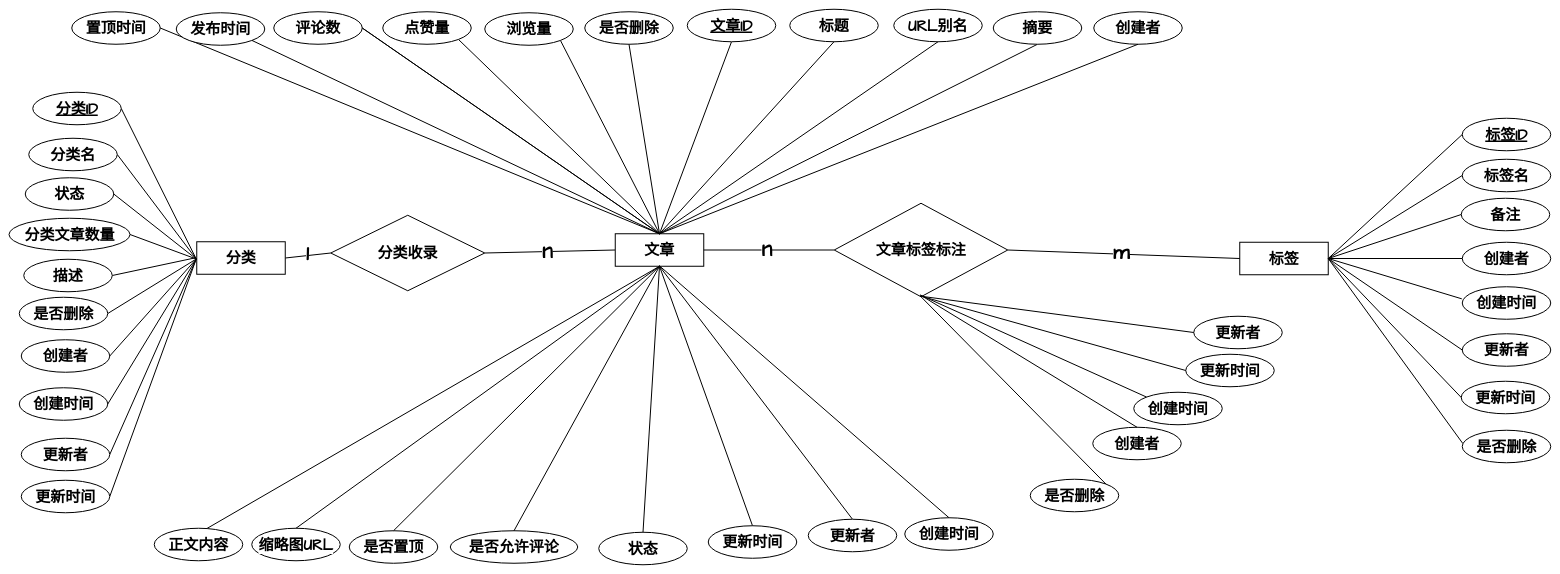
Earlier version of the draw.io diagram graph/分类ER.drawio (zhangbird050801/bird-blog). Source tidied: cells renumbered, new cells numbered last; positions are measured from the earlier drawing's top-left corner, leaving out a move shared by most shapes. Both pictures are drawn from the tidied source at 50%, with x=0, y=0 at pixel (8, 9).
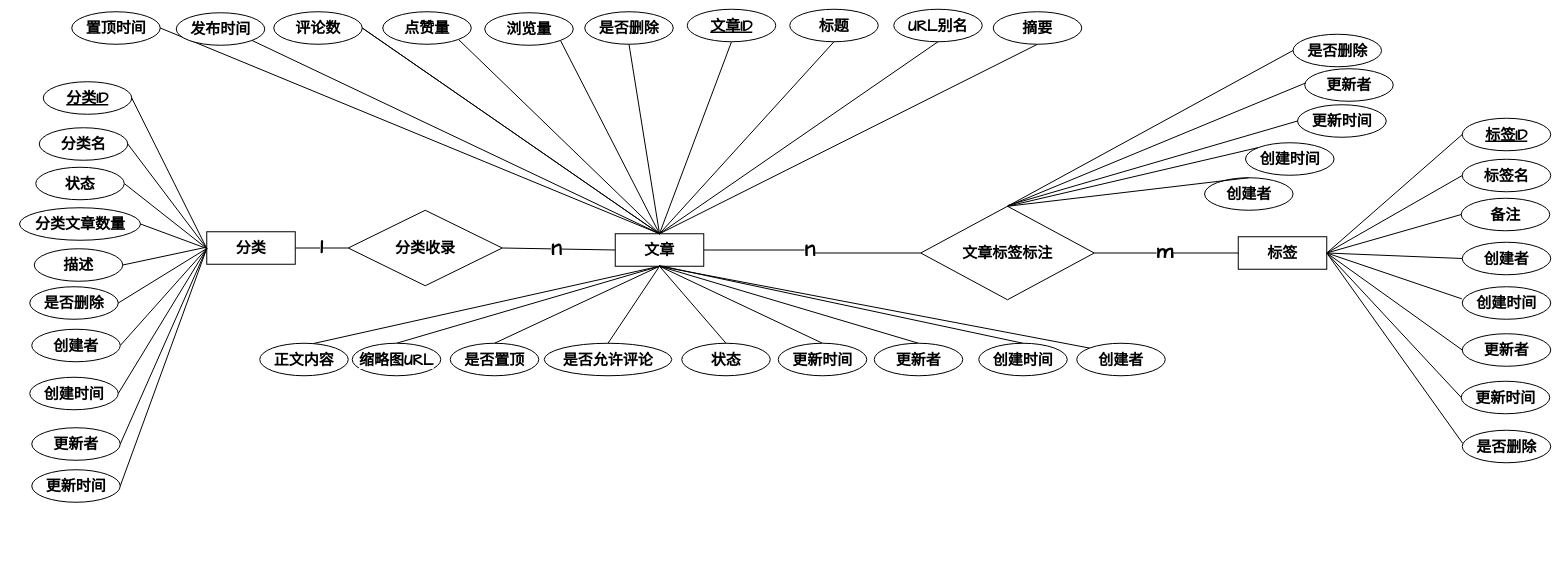
The same diagram, later.

The change refers to these unchanged cells:
```xml
<mxCell id="28" value="文章" style="rounded=0;whiteSpace=wrap;html=1;fontSize=30;fontFamily=Comic Sans MS;fontStyle=1;strokeColor=default;strokeWidth=2;align=center;verticalAlign=middle;fontColor=default;labelBackgroundColor=default;" parent="1" vertex="1">
  <mxGeometry x="1213" y="449" width="177" height="65" as="geometry" />
</mxCell>
```

Change to the diagram source:
```diff
@@
     <mxCell id="4" value="分类" style="rounded=0;whiteSpace=wrap;html=1;fontSize=30;fontFamily=Comic Sans MS;fontStyle=1;strokeColor=default;strokeWidth=2;align=center;verticalAlign=middle;fontColor=default;labelBackgroundColor=default;" parent="1" vertex="1">
-      <mxGeometry x="376" y="465" width="177" height="65" as="geometry" />
+      <mxGeometry x="396" y="445" width="177" height="65" as="geometry" />
     </mxCell>
     <mxCell id="5" style="rounded=0;jettySize=auto;html=1;exitX=1;exitY=0.5;exitDx=0;exitDy=0;entryX=0;entryY=0.5;entryDx=0;entryDy=0;endArrow=none;endFill=0;fontSize=30;fontFamily=Comic Sans MS;fontStyle=1;strokeWidth=2;strokeColor=default;align=center;verticalAlign=middle;fontColor=default;labelBackgroundColor=default;" parent="1" edge="1" source="6">
       <mxGeometry relative="1" as="geometry">
-        <mxPoint x="375" y="499.5" as="targetPoint" />
+        <mxPoint x="396" y="478.5" as="targetPoint" />
       </mxGeometry>
     </mxCell>
     <mxCell id="6" value="分类ID" style="whiteSpace=wrap;html=1;shape=ellipse;perimeter=ellipsePerimeter;align=center;verticalAlign=middle;fontFamily=Comic Sans MS;fontSize=30;fixedWidth=0;fontStyle=5;rounded=0;strokeWidth=2;labelBackgroundColor=none;" parent="1" vertex="1">
-      <mxGeometry x="48" y="166" width="177" height="65" as="geometry" />
+      <mxGeometry x="69" y="145" width="177" height="65" as="geometry" />
     </mxCell>
     <mxCell id="7" style="rounded=0;jettySize=auto;html=1;exitX=1;exitY=0.5;exitDx=0;exitDy=0;entryX=0;entryY=0.5;entryDx=0;entryDy=0;endArrow=none;endFill=0;fontSize=30;fontFamily=Comic Sans MS;fontStyle=1;strokeColor=default;strokeWidth=2;align=center;verticalAlign=middle;fontColor=default;labelBackgroundColor=default;" parent="1" edge="1" source="8">
       <mxGeometry relative="1" as="geometry">
-        <mxPoint x="375" y="499.5" as="targetPoint" />
+        <mxPoint x="396" y="478.5" as="targetPoint" />
       </mxGeometry>
     </mxCell>
     <mxCell id="8" value="分类名" style="whiteSpace=wrap;html=1;shape=ellipse;perimeter=ellipsePerimeter;strokeColor=default;align=center;verticalAlign=middle;fontFamily=Comic Sans MS;fontSize=30;fontColor=default;fillColor=default;fontStyle=1;rounded=0;strokeWidth=2;labelBackgroundColor=default;" parent="1" vertex="1">
-      <mxGeometry x="40" y="258" width="177" height="65" as="geometry" />
+      <mxGeometry x="61" y="237" width="177" height="65" as="geometry" />
     </mxCell>
     <mxCell id="9" style="rounded=0;jettySize=auto;html=1;exitX=1;exitY=0.5;exitDx=0;exitDy=0;endArrow=none;endFill=0;fontSize=30;fontFamily=Comic Sans MS;fontStyle=1;strokeColor=default;strokeWidth=2;align=center;verticalAlign=middle;fontColor=default;labelBackgroundColor=default;" parent="1" edge="1" source="10">
       <mxGeometry relative="1" as="geometry">
-        <mxPoint x="372.1" y="497.4" as="targetPoint" />
+        <mxPoint x="393.1" y="476.4" as="targetPoint" />
       </mxGeometry>
     </mxCell>
     <mxCell id="10" value="描述" style="whiteSpace=wrap;html=1;rounded=0;shape=ellipse;perimeter=ellipsePerimeter;strokeColor=default;align=center;verticalAlign=middle;fontFamily=Comic Sans MS;fontSize=30;fontColor=default;fillColor=default;fontStyle=1;strokeWidth=2;labelBackgroundColor=default;" parent="1" vertex="1">
-      <mxGeometry x="30" y="500" width="177" height="65" as="geometry" />
+      <mxGeometry x="51" y="479" width="177" height="65" as="geometry" />
     </mxCell>
     <mxCell id="11" style="rounded=0;jettySize=auto;html=1;exitX=1;exitY=0.5;exitDx=0;exitDy=0;entryX=0;entryY=0.5;entryDx=0;entryDy=0;endArrow=none;endFill=0;fontSize=30;fontFamily=Comic Sans MS;fontStyle=1;strokeColor=default;strokeWidth=2;align=center;verticalAlign=middle;fontColor=default;labelBackgroundColor=default;" parent="1" edge="1" source="12">
       <mxGeometry relative="1" as="geometry">
-        <mxPoint x="375" y="499.5" as="targetPoint" />
+        <mxPoint x="396" y="478.5" as="targetPoint" />
       </mxGeometry>
     </mxCell>
     <mxCell id="12" value="状态" style="whiteSpace=wrap;html=1;rounded=0;shape=ellipse;perimeter=ellipsePerimeter;strokeColor=default;align=center;verticalAlign=middle;fontFamily=Comic Sans MS;fontSize=30;fontColor=default;fillColor=default;fontStyle=1;strokeWidth=2;labelBackgroundColor=default;" parent="1" vertex="1">
-      <mxGeometry x="33" y="337" width="177" height="65" as="geometry" />
+      <mxGeometry x="54" y="316" width="177" height="65" as="geometry" />
     </mxCell>
     <mxCell id="13" style="rounded=0;jettySize=auto;html=1;exitX=1;exitY=0.5;exitDx=0;exitDy=0;entryX=0;entryY=0.5;entryDx=0;entryDy=0;endArrow=none;endFill=0;fontSize=30;fontFamily=Comic Sans MS;fontStyle=1;strokeColor=default;strokeWidth=2;align=center;verticalAlign=middle;fontColor=default;labelBackgroundColor=default;" parent="1" edge="1" source="14">
       <mxGeometry relative="1" as="geometry">
-        <mxPoint x="375" y="499.5" as="targetPoint" />
+        <mxPoint x="396" y="478.5" as="targetPoint" />
       </mxGeometry>
     </mxCell>
     <mxCell id="14" value="创建时间" style="whiteSpace=wrap;html=1;shape=ellipse;perimeter=ellipsePerimeter;strokeColor=default;align=center;verticalAlign=middle;fontFamily=Comic Sans MS;fontSize=30;fontColor=default;fillColor=default;fontStyle=1;rounded=0;strokeWidth=2;labelBackgroundColor=default;" parent="1" vertex="1">
-      <mxGeometry x="21" y="757" width="177" height="65" as="geometry" />
+      <mxGeometry x="42" y="736" width="177" height="65" as="geometry" />
     </mxCell>
     <mxCell id="15" style="rounded=0;jettySize=auto;html=1;exitX=1;exitY=0.5;exitDx=0;exitDy=0;endArrow=none;endFill=0;entryX=0;entryY=0.5;entryDx=0;entryDy=0;fontSize=30;fontFamily=Comic Sans MS;fontStyle=1;strokeColor=default;strokeWidth=2;align=center;verticalAlign=middle;fontColor=default;labelBackgroundColor=default;" parent="1" edge="1" source="16">
       <mxGeometry relative="1" as="geometry">
-        <mxPoint x="375" y="499.5" as="targetPoint" />
+        <mxPoint x="396" y="478.5" as="targetPoint" />
       </mxGeometry>
     </mxCell>
     <mxCell id="16" value="创建者" style="whiteSpace=wrap;html=1;shape=ellipse;perimeter=ellipsePerimeter;strokeColor=default;align=center;verticalAlign=middle;fontFamily=Comic Sans MS;fontSize=30;fontColor=default;fillColor=default;fontStyle=1;rounded=0;strokeWidth=2;labelBackgroundColor=default;" parent="1" vertex="1">
-      <mxGeometry x="25" y="661" width="177" height="65" as="geometry" />
+      <mxGeometry x="46" y="640" width="177" height="65" as="geometry" />
     </mxCell>
     <mxCell id="17" style="rounded=0;jettySize=auto;html=1;exitX=1;exitY=0.5;exitDx=0;exitDy=0;endArrow=none;endFill=0;entryX=0;entryY=0.5;entryDx=0;entryDy=0;fontSize=30;fontFamily=Comic Sans MS;fontStyle=1;strokeColor=default;strokeWidth=2;align=center;verticalAlign=middle;fontColor=default;labelBackgroundColor=default;" parent="1" edge="1" source="18">
       <mxGeometry relative="1" as="geometry">
-        <mxPoint x="375" y="499.5" as="targetPoint" />
+        <mxPoint x="396" y="478.5" as="targetPoint" />
       </mxGeometry>
     </mxCell>
     <mxCell id="18" value="更新时间" style="whiteSpace=wrap;html=1;shape=ellipse;perimeter=ellipsePerimeter;strokeColor=default;align=center;verticalAlign=middle;fontFamily=Comic Sans MS;fontSize=30;fontColor=default;fillColor=default;fontStyle=1;rounded=0;strokeWidth=2;labelBackgroundColor=default;" parent="1" vertex="1">
-      <mxGeometry x="25" y="942" width="177" height="65" as="geometry" />
+      <mxGeometry x="46" y="921" width="177" height="65" as="geometry" />
     </mxCell>
     <mxCell id="19" style="rounded=0;jettySize=auto;html=1;exitX=1;exitY=0.5;exitDx=0;exitDy=0;entryX=0;entryY=0.5;entryDx=0;entryDy=0;endArrow=none;endFill=0;fontSize=30;fontFamily=Comic Sans MS;fontStyle=1;strokeColor=default;strokeWidth=2;align=center;verticalAlign=middle;fontColor=default;labelBackgroundColor=default;" parent="1" edge="1" source="20">
       <mxGeometry relative="1" as="geometry">
-        <mxPoint x="375" y="499.5" as="targetPoint" />
+        <mxPoint x="396" y="478.5" as="targetPoint" />
       </mxGeometry>
     </mxCell>
     <mxCell id="20" value="更新者" style="whiteSpace=wrap;html=1;shape=ellipse;perimeter=ellipsePerimeter;strokeColor=default;align=center;verticalAlign=middle;fontFamily=Comic Sans MS;fontSize=30;fontColor=default;fillColor=default;fontStyle=1;rounded=0;strokeWidth=2;labelBackgroundColor=default;" parent="1" vertex="1">
-      <mxGeometry x="25" y="858" width="177" height="65" as="geometry" />
+      <mxGeometry x="46" y="837" width="177" height="65" as="geometry" />
     </mxCell>
     <mxCell id="21" style="rounded=0;jettySize=auto;html=1;exitX=1;exitY=0.5;exitDx=0;exitDy=0;entryX=0;entryY=0.5;entryDx=0;entryDy=0;endArrow=none;endFill=0;fontSize=30;fontFamily=Comic Sans MS;fontStyle=1;strokeColor=default;strokeWidth=2;align=center;verticalAlign=middle;fontColor=default;labelBackgroundColor=default;" parent="1" edge="1" source="22">
       <mxGeometry relative="1" as="geometry">
-        <mxPoint x="375" y="499.5" as="targetPoint" />
+        <mxPoint x="396" y="478.5" as="targetPoint" />
       </mxGeometry>
     </mxCell>
     <mxCell id="22" value="分类文章数量" style="whiteSpace=wrap;html=1;shape=ellipse;perimeter=ellipsePerimeter;strokeColor=default;align=center;verticalAlign=middle;fontFamily=Comic Sans MS;fontSize=30;fontColor=default;fillColor=default;fontStyle=1;rounded=0;strokeWidth=2;labelBackgroundColor=default;" parent="1" vertex="1">
-      <mxGeometry x="0.5" y="418" width="242" height="65" as="geometry" />
+      <mxGeometry x="21.5" y="397" width="242" height="65" as="geometry" />
     </mxCell>
     <mxCell id="23" style="rounded=0;jettySize=auto;html=1;exitX=1;exitY=0.5;exitDx=0;exitDy=0;entryX=0;entryY=0.5;entryDx=0;entryDy=0;endArrow=none;endFill=0;fontSize=30;fontFamily=Comic Sans MS;strokeWidth=2;fontStyle=1;strokeColor=default;align=center;verticalAlign=middle;fontColor=default;labelBackgroundColor=default;" parent="1" edge="1" source="24">
       <mxGeometry relative="1" as="geometry">
-        <mxPoint x="375" y="499.5" as="targetPoint" />
+        <mxPoint x="396" y="478.5" as="targetPoint" />
       </mxGeometry>
     </mxCell>
     <mxCell id="24" value="是否删除" style="whiteSpace=wrap;html=1;shape=ellipse;perimeter=ellipsePerimeter;fontSize=30;fontFamily=Comic Sans MS;strokeWidth=2;fontStyle=1;rounded=0;strokeColor=default;align=center;verticalAlign=middle;fontColor=default;labelBackgroundColor=default;" parent="1" vertex="1">
-      <mxGeometry x="21" y="576" width="177" height="65" as="geometry" />
+      <mxGeometry x="42" y="555" width="177" height="65" as="geometry" />
     </mxCell>
@@
     <mxCell id="27" value="分类收录" style="rhombus;whiteSpace=wrap;html=1;fontSize=30;fontFamily=Comic Sans MS;fontStyle=1;rounded=0;strokeColor=default;strokeWidth=2;align=center;verticalAlign=middle;fontColor=default;labelBackgroundColor=default;" parent="1" vertex="1">
-      <mxGeometry x="644" y="412" width="308" height="151" as="geometry" />
+      <mxGeometry x="679" y="402" width="308" height="151" as="geometry" />
     </mxCell>
@@
     <mxCell id="36" value="创建时间" style="whiteSpace=wrap;html=1;shape=ellipse;perimeter=ellipsePerimeter;fontSize=30;fontFamily=Comic Sans MS;fontStyle=1;rounded=0;strokeColor=default;strokeWidth=2;align=center;verticalAlign=middle;fontColor=default;labelBackgroundColor=default;" parent="1" vertex="1">
-      <mxGeometry x="1792" y="1017" width="177" height="65" as="geometry" />
+      <mxGeometry x="1940" y="668" width="177" height="65" as="geometry" />
     </mxCell>
     <mxCell id="37" value="创建者" style="whiteSpace=wrap;html=1;shape=ellipse;perimeter=ellipsePerimeter;fontSize=30;fontFamily=Comic Sans MS;fontStyle=1;rounded=0;strokeColor=default;strokeWidth=2;align=center;verticalAlign=middle;fontColor=default;labelBackgroundColor=default;" parent="1" vertex="1">
-      <mxGeometry x="2170" y="5" width="177" height="65" as="geometry" />
+      <mxGeometry x="2136" y="668" width="177" height="65" as="geometry" />
     </mxCell>
@@
     <mxCell id="39" value="更新时间" style="whiteSpace=wrap;html=1;shape=ellipse;perimeter=ellipsePerimeter;fontSize=30;fontFamily=Comic Sans MS;fontStyle=1;rounded=0;strokeColor=default;strokeWidth=2;align=center;verticalAlign=middle;fontColor=default;labelBackgroundColor=default;" parent="1" vertex="1">
-      <mxGeometry x="1399" y="1033" width="177" height="65" as="geometry" />
+      <mxGeometry x="1539" y="668" width="177" height="65" as="geometry" />
     </mxCell>
@@
     <mxCell id="41" value="更新者" style="whiteSpace=wrap;html=1;shape=ellipse;perimeter=ellipsePerimeter;fontSize=30;fontFamily=Comic Sans MS;fontStyle=1;rounded=0;strokeColor=default;strokeWidth=2;align=center;verticalAlign=middle;fontColor=default;labelBackgroundColor=default;" parent="1" vertex="1">
-      <mxGeometry x="1599" y="1020" width="177" height="65" as="geometry" />
+      <mxGeometry x="1731" y="668" width="177" height="65" as="geometry" />
     </mxCell>
@@
     <mxCell id="43" value="正文内容" style="whiteSpace=wrap;html=1;shape=ellipse;perimeter=ellipsePerimeter;fontSize=30;fontFamily=Comic Sans MS;fontStyle=1;rounded=0;strokeColor=default;strokeWidth=2;align=center;verticalAlign=middle;fontColor=default;labelBackgroundColor=default;" parent="1" vertex="1">
-      <mxGeometry x="291" y="1038" width="177" height="65" as="geometry" />
+      <mxGeometry x="502" y="668" width="177" height="65" as="geometry" />
     </mxCell>
@@
     <mxCell id="48" value="是否置顶" style="whiteSpace=wrap;html=1;shape=ellipse;perimeter=ellipsePerimeter;fontSize=30;fontFamily=Comic Sans MS;fontStyle=1;rounded=0;strokeColor=default;strokeWidth=2;align=center;verticalAlign=middle;fontColor=default;labelBackgroundColor=default;" parent="1" vertex="1">
-      <mxGeometry x="681" y="1043" width="177" height="65" as="geometry" />
+      <mxGeometry x="883" y="668" width="177" height="65" as="geometry" />
     </mxCell>
@@
     <mxCell id="50" value="缩略图URL" style="whiteSpace=wrap;html=1;shape=ellipse;perimeter=ellipsePerimeter;fontSize=30;fontFamily=Comic Sans MS;fontStyle=1;rounded=0;strokeColor=default;strokeWidth=2;align=center;verticalAlign=middle;fontColor=default;labelBackgroundColor=default;" parent="1" vertex="1">
-      <mxGeometry x="486" y="1038" width="177" height="65" as="geometry" />
+      <mxGeometry x="687" y="668" width="177" height="65" as="geometry" />
     </mxCell>
@@
     <mxCell id="52" value="状态" style="whiteSpace=wrap;html=1;rounded=0;shape=ellipse;perimeter=ellipsePerimeter;fontSize=30;fontFamily=Comic Sans MS;fontStyle=1;strokeColor=default;strokeWidth=2;align=center;verticalAlign=middle;fontColor=default;labelBackgroundColor=default;" parent="1" vertex="1">
-      <mxGeometry x="1180" y="1046" width="177" height="65" as="geometry" />
+      <mxGeometry x="1346" y="668" width="177" height="65" as="geometry" />
     </mxCell>
     <mxCell id="53" value="是否允许评论" style="whiteSpace=wrap;html=1;shape=ellipse;perimeter=ellipsePerimeter;fontSize=30;fontFamily=Comic Sans MS;fontStyle=1;rounded=0;strokeColor=default;strokeWidth=2;align=center;verticalAlign=middle;fontColor=default;labelBackgroundColor=none;" parent="1" vertex="1">
-      <mxGeometry x="883" y="1043" width="255" height="65" as="geometry" />
+      <mxGeometry x="1071" y="668" width="255" height="65" as="geometry" />
     </mxCell>
@@
     <mxCell id="65" value="文章标签标注" style="rhombus;whiteSpace=wrap;html=1;fontSize=30;fontFamily=Comic Sans MS;fontStyle=1;rounded=0;strokeColor=default;strokeWidth=2;align=center;verticalAlign=middle;fontColor=default;labelBackgroundColor=none;" parent="1" vertex="1">
-      <mxGeometry x="1651" y="388" width="347" height="187" as="geometry" />
+      <mxGeometry x="1824" y="394" width="347" height="187" as="geometry" />
     </mxCell>
     <mxCell id="66" value="标签" style="rounded=0;whiteSpace=wrap;html=1;fontSize=30;fontFamily=Comic Sans MS;fontStyle=1;strokeColor=default;strokeWidth=2;align=center;verticalAlign=middle;fontColor=default;labelBackgroundColor=default;" parent="1" vertex="1">
-      <mxGeometry x="2462" y="466" width="177" height="65" as="geometry" />
+      <mxGeometry x="2459" y="455" width="177" height="65" as="geometry" />
     </mxCell>
@@
-    <mxCell id="77" style="rounded=0;jettySize=auto;html=1;exitX=0.5;exitY=1;exitDx=0;exitDy=0;endArrow=none;endFill=0;fontSize=30;fontFamily=Comic Sans MS;entryX=0.5;entryY=0;entryDx=0;entryDy=0;fontStyle=1;strokeColor=default;strokeWidth=2;align=center;verticalAlign=middle;fontColor=default;labelBackgroundColor=default;" parent="1" edge="1" source="37" target="28">
+    <mxCell id="77" style="rounded=0;jettySize=auto;html=1;endArrow=none;endFill=0;fontSize=30;fontFamily=Comic Sans MS;fontStyle=1;strokeColor=default;strokeWidth=2;align=center;verticalAlign=middle;fontColor=default;labelBackgroundColor=default;entryX=0.5;entryY=1;entryDx=0;entryDy=0;exitX=0;exitY=0;exitDx=0;exitDy=0;" parent="1" edge="1" source="37" target="28">
       <mxGeometry relative="1" as="geometry" />
     </mxCell>
@@
     <mxCell id="88" value="创建者" style="ellipse;whiteSpace=wrap;html=1;fontSize=30;fontStyle=1;rounded=0;strokeColor=default;strokeWidth=2;align=center;verticalAlign=middle;fontFamily=Comic Sans MS;fontColor=default;labelBackgroundColor=default;" parent="1" vertex="1">
-      <mxGeometry x="2168" y="836" width="177" height="65" as="geometry" />
+      <mxGeometry x="2391.6" y="337" width="177" height="65" as="geometry" />
     </mxCell>
     <mxCell id="89" value="创建时间" style="ellipse;whiteSpace=wrap;html=1;fontSize=30;fontStyle=1;rounded=0;strokeColor=default;strokeWidth=2;align=center;verticalAlign=middle;fontFamily=Comic Sans MS;fontColor=default;labelBackgroundColor=default;" parent="1" vertex="1">
-      <mxGeometry x="2250" y="766" width="177" height="65" as="geometry" />
+      <mxGeometry x="2473.6" y="267" width="177" height="65" as="geometry" />
     </mxCell>
     <mxCell id="90" value="是否删除" style="ellipse;whiteSpace=wrap;html=1;fontSize=30;fontStyle=1;rounded=0;strokeColor=default;strokeWidth=2;align=center;verticalAlign=middle;fontFamily=Comic Sans MS;fontColor=default;labelBackgroundColor=default;" parent="1" vertex="1">
-      <mxGeometry x="2043" y="940" width="177" height="65" as="geometry" />
+      <mxGeometry x="2568.6" y="50" width="177" height="65" as="geometry" />
     </mxCell>
     <mxCell id="91" value="更新时间" style="ellipse;whiteSpace=wrap;html=1;fontSize=30;fontStyle=1;rounded=0;strokeColor=default;strokeWidth=2;align=center;verticalAlign=middle;fontFamily=Comic Sans MS;fontColor=default;labelBackgroundColor=default;" parent="1" vertex="1">
-      <mxGeometry x="2354" y="690" width="177" height="65" as="geometry" />
+      <mxGeometry x="2577.6" y="191" width="177.4" height="65" as="geometry" />
     </mxCell>
     <mxCell id="92" value="更新者" style="ellipse;whiteSpace=wrap;html=1;fontSize=30;fontStyle=1;rounded=0;strokeColor=default;strokeWidth=2;align=center;verticalAlign=middle;fontFamily=Comic Sans MS;fontColor=default;labelBackgroundColor=default;" parent="1" vertex="1">
-      <mxGeometry x="2370" y="614" width="177" height="65" as="geometry" />
+      <mxGeometry x="2592" y="119" width="177" height="65" as="geometry" />
     </mxCell>
-    <mxCell id="93" style="rounded=0;jettySize=auto;html=1;exitX=1;exitY=0;exitDx=0;exitDy=0;endArrow=none;endFill=0;fontSize=30;fontFamily=Comic Sans MS;entryX=0.5;entryY=1;entryDx=0;entryDy=0;fontStyle=1;strokeColor=default;strokeWidth=2;align=center;verticalAlign=middle;fontColor=default;labelBackgroundColor=default;" parent="1" edge="1" source="90" target="65">
+    <mxCell id="93" style="rounded=0;jettySize=auto;html=1;exitX=0;exitY=0.5;exitDx=0;exitDy=0;endArrow=none;endFill=0;fontSize=30;fontFamily=Comic Sans MS;entryX=0.5;entryY=0;entryDx=0;entryDy=0;fontStyle=1;strokeColor=default;strokeWidth=2;align=center;verticalAlign=middle;fontColor=default;labelBackgroundColor=default;" parent="1" edge="1" source="90" target="65">
       <mxGeometry relative="1" as="geometry" />
     </mxCell>
-    <mxCell id="94" style="rounded=0;jettySize=auto;html=1;exitX=0.5;exitY=0;exitDx=0;exitDy=0;endArrow=none;endFill=0;fontSize=30;fontFamily=Comic Sans MS;entryX=0.496;entryY=0.981;entryDx=0;entryDy=0;fontStyle=1;strokeColor=default;strokeWidth=2;align=center;verticalAlign=middle;fontColor=default;labelBackgroundColor=default;entryPerimeter=0;" parent="1" edge="1" source="88" target="65">
+    <mxCell id="94" style="rounded=0;jettySize=auto;html=1;exitX=0.5;exitY=0;exitDx=0;exitDy=0;endArrow=none;endFill=0;fontSize=30;fontFamily=Comic Sans MS;entryX=0.5;entryY=0;entryDx=0;entryDy=0;fontStyle=1;strokeColor=default;strokeWidth=2;align=center;verticalAlign=middle;fontColor=default;labelBackgroundColor=default;" parent="1" edge="1" source="88" target="65">
       <mxGeometry relative="1" as="geometry" />
     </mxCell>
-    <mxCell id="95" style="rounded=0;jettySize=auto;html=1;exitX=0;exitY=0;exitDx=0;exitDy=0;endArrow=none;endFill=0;fontSize=30;fontFamily=Comic Sans MS;fontStyle=1;strokeColor=default;strokeWidth=2;align=center;verticalAlign=middle;fontColor=default;labelBackgroundColor=default;entryX=0.497;entryY=0.983;entryDx=0;entryDy=0;entryPerimeter=0;" parent="1" edge="1" source="89" target="65">
+    <mxCell id="95" style="rounded=0;jettySize=auto;html=1;exitX=0;exitY=0;exitDx=0;exitDy=0;endArrow=none;endFill=0;fontSize=30;fontFamily=Comic Sans MS;fontStyle=1;strokeColor=default;strokeWidth=2;align=center;verticalAlign=middle;fontColor=default;labelBackgroundColor=default;entryX=0.5;entryY=0;entryDx=0;entryDy=0;" parent="1" edge="1" source="89" target="65">
       <mxGeometry relative="1" as="geometry" />
     </mxCell>
-    <mxCell id="96" style="rounded=0;jettySize=auto;html=1;exitX=0.494;exitY=0.993;exitDx=0;exitDy=0;endArrow=none;endFill=0;fontSize=30;fontFamily=Comic Sans MS;exitPerimeter=0;entryX=0;entryY=0.5;entryDx=0;entryDy=0;fontStyle=1;strokeColor=default;strokeWidth=2;align=center;verticalAlign=middle;fontColor=default;labelBackgroundColor=default;" parent="1" edge="1" source="65" target="92">
-      <mxGeometry relative="1" as="geometry" />
+    <mxCell id="96" style="rounded=0;jettySize=auto;html=1;exitX=0.5;exitY=0;exitDx=0;exitDy=0;endArrow=none;endFill=0;fontSize=30;fontFamily=Comic Sans MS;entryX=0;entryY=0.5;entryDx=0;entryDy=0;fontStyle=1;strokeColor=default;strokeWidth=2;align=center;verticalAlign=middle;fontColor=default;labelBackgroundColor=default;" parent="1" edge="1" source="65">
+      <mxGeometry relative="1" as="geometry">
+        <mxPoint x="2593.6" y="147.5" as="targetPoint" />
+      </mxGeometry>
     </mxCell>
-    <mxCell id="97" style="rounded=0;jettySize=auto;html=1;endArrow=none;endFill=0;fontSize=30;fontFamily=Comic Sans MS;entryX=0;entryY=0.5;entryDx=0;entryDy=0;exitX=0.494;exitY=0.991;exitDx=0;exitDy=0;exitPerimeter=0;fontStyle=1;strokeColor=default;strokeWidth=2;align=center;verticalAlign=middle;fontColor=default;labelBackgroundColor=default;" parent="1" edge="1" source="65" target="91">
-      <mxGeometry relative="1" as="geometry" />
+    <mxCell id="97" style="rounded=0;jettySize=auto;html=1;endArrow=none;endFill=0;fontSize=30;fontFamily=Comic Sans MS;entryX=0;entryY=0.5;entryDx=0;entryDy=0;fontStyle=1;strokeColor=default;strokeWidth=2;align=center;verticalAlign=middle;fontColor=default;labelBackgroundColor=default;" parent="1" edge="1" target="91">
+      <mxGeometry relative="1" as="geometry">
+        <mxPoint x="1999" y="392" as="sourcePoint" />
+      </mxGeometry>
     </mxCell>
```
